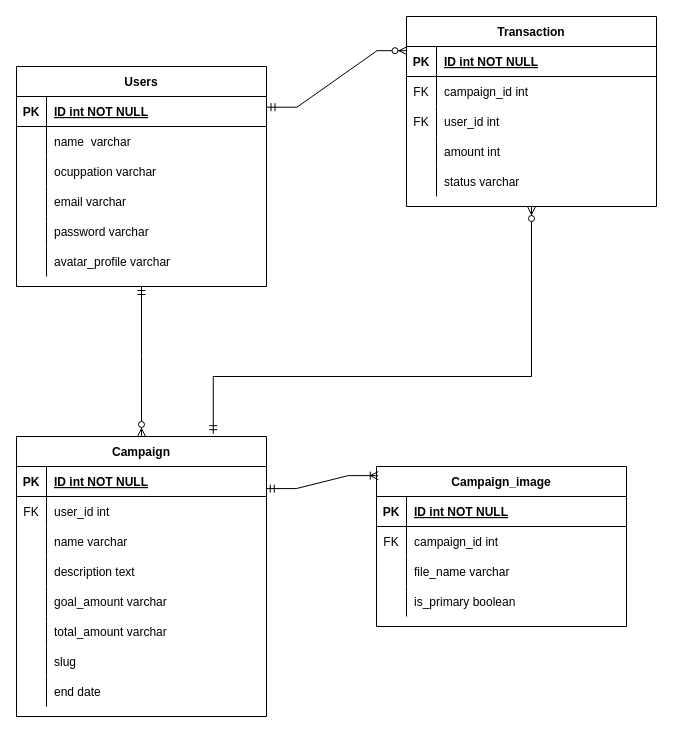
ainurbrr/go_mini-project_moh-ainur-bahtiar-rohman keeps this draw.io diagram as draw.io/ERD new.drawio. Above is the earlier version. Source tidied: cells renumbered, new cells numbered last; positions are measured from the earlier drawing's top-left corner, leaving out a move shared by most shapes. Both pictures are drawn from the tidied source at 100%, with x=0, y=0 at pixel (16, 16).
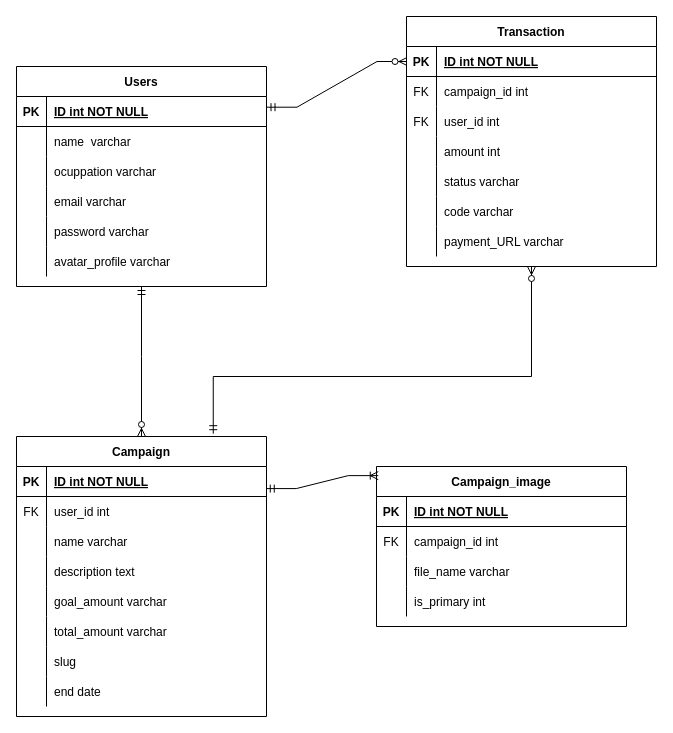
The same diagram, later.

The change refers to these unchanged cells:
```xml
<mxCell id="72" style="shape=partialRectangle;fillColor=none;top=0;left=0;right=0;bottom=0;" parent="62" vertex="1">
  <mxGeometry y="120" width="250" height="30" as="geometry" />
</mxCell>
```

What changed in the source:
```diff
@@
     <mxCell id="2" value="Transaction" style="shape=table;startSize=30;childLayout=tableLayout;rowLines=0;fontStyle=1;align=center;" parent="1" vertex="1">
-      <mxGeometry x="390" width="250" height="190" as="geometry" />
+      <mxGeometry x="390" width="250" height="250" as="geometry" />
     </mxCell>
@@
+    <mxCell id="79" style="shape=partialRectangle;fillColor=none;top=0;left=0;right=0;bottom=0;" parent="2" vertex="1">
+      <mxGeometry y="180" width="250" height="30" as="geometry" />
+    </mxCell>
+    <mxCell id="80" style="shape=partialRectangle;overflow=hidden;fillColor=none;top=0;left=0;bottom=0;right=0;" parent="79" vertex="1">
+      <mxGeometry width="30" height="30" as="geometry" />
+    </mxCell>
+    <mxCell id="81" value="code varchar" style="shape=partialRectangle;overflow=hidden;fillColor=none;top=0;left=0;bottom=0;right=0;align=left;spacingLeft=6;" parent="79" vertex="1">
+      <mxGeometry x="30" width="220" height="30" as="geometry" />
+    </mxCell>
+    <mxCell id="82" style="shape=partialRectangle;fillColor=none;top=0;left=0;right=0;bottom=0;" parent="2" vertex="1">
+      <mxGeometry y="210" width="250" height="30" as="geometry" />
+    </mxCell>
+    <mxCell id="83" style="shape=partialRectangle;overflow=hidden;fillColor=none;top=0;left=0;bottom=0;right=0;" parent="82" vertex="1">
+      <mxGeometry width="30" height="30" as="geometry" />
+    </mxCell>
+    <mxCell id="84" value="payment_URL varchar" style="shape=partialRectangle;overflow=hidden;fillColor=none;top=0;left=0;bottom=0;right=0;align=left;spacingLeft=6;" parent="82" vertex="1">
+      <mxGeometry x="30" width="220" height="30" as="geometry" />
+    </mxCell>
@@
-    <mxCell id="74" value="is_primary boolean" style="shape=partialRectangle;overflow=hidden;fillColor=none;top=0;left=0;bottom=0;right=0;align=left;spacingLeft=6;" parent="72" vertex="1">
+    <mxCell id="74" value="is_primary int" style="shape=partialRectangle;overflow=hidden;fillColor=none;top=0;left=0;bottom=0;right=0;align=left;spacingLeft=6;" parent="72" vertex="1">
       <mxGeometry x="30" width="220" height="30" as="geometry" />
     </mxCell>
```
